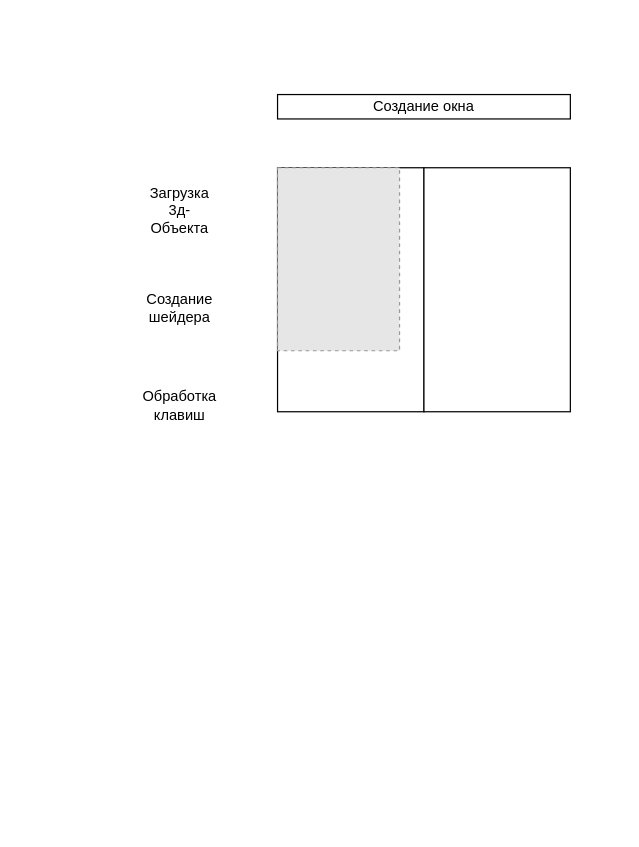
Earlier version of the draw.io diagram План Диплома.drawio (NiKiTjAOFF/Diploma). Source tidied: cells renumbered, new cells numbered last; positions are measured from the earlier drawing's top-left corner, leaving out a move shared by most shapes. Both pictures are drawn from the tidied source at 122%, with x=0, y=0 at pixel (143, 94). Pictures stored in the file or linked from it are replaced by grey dashed boxes.
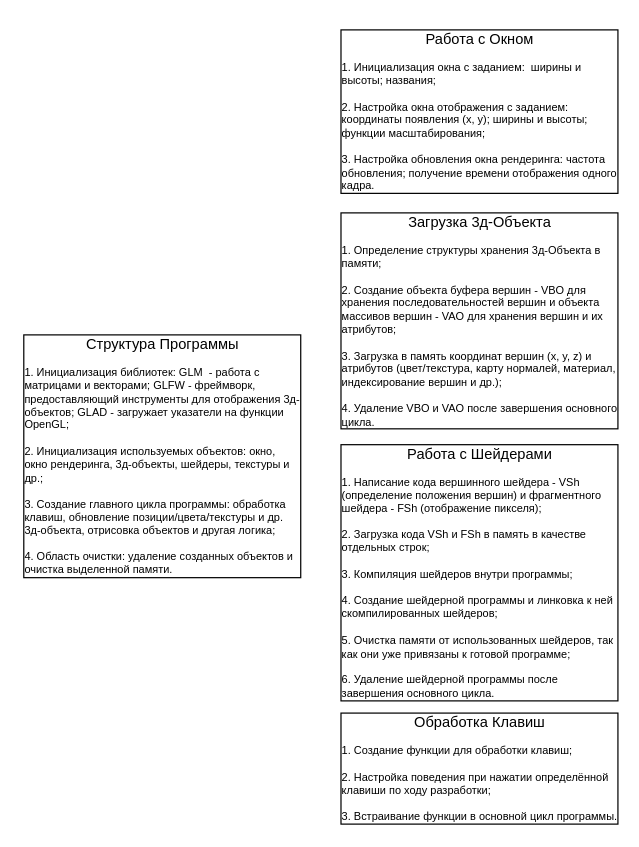
The same page after the edit.

Change to the diagram source:
```diff
@@
 <mxGraphModel>
   <root>
     <mxCell id="0" />
     <mxCell id="1" parent="0" />
-    <mxCell id="2" value="Загрузка 3д-Объекта" style="text;html=1;align=center;verticalAlign=middle;whiteSpace=wrap;rounded=0;" parent="1" vertex="1">
-      <mxGeometry y="80" width="60" height="30" as="geometry" />
-    </mxCell>
-    <mxCell id="3" value="Создание шейдера" style="text;html=1;align=center;verticalAlign=middle;whiteSpace=wrap;rounded=0;" parent="1" vertex="1">
-      <mxGeometry y="160" width="60" height="30" as="geometry" />
-    </mxCell>
-    <mxCell id="4" value="Обработка клавиш" style="text;html=1;align=center;verticalAlign=middle;whiteSpace=wrap;rounded=0;" parent="1" vertex="1">
-      <mxGeometry y="240" width="60" height="30" as="geometry" />
-    </mxCell>
-    <mxCell id="5" style="rounded=0;whiteSpace=wrap;html=1;" parent="1" vertex="1">
-      <mxGeometry x="110" y="60" width="120" height="200" as="geometry" />
-    </mxCell>
-    <mxCell id="6" style="rounded=0;whiteSpace=wrap;html=1;" parent="1" vertex="1">
-      <mxGeometry x="110" width="240" height="20" as="geometry" />
-    </mxCell>
-    <mxCell id="7" style="rounded=0;whiteSpace=wrap;html=1;" parent="1" vertex="1">
-      <mxGeometry x="230" y="60" width="120" height="200" as="geometry" />
-    </mxCell>
-    <mxCell id="8" value="Создание окна" style="text;html=1;align=center;verticalAlign=middle;whiteSpace=wrap;rounded=0;" parent="1" vertex="1">
-      <mxGeometry x="110" width="240" height="20" as="geometry" />
-    </mxCell>
-    <mxCell id="9" style="fillColor=#E6E6E6;strokeColor=#999999;dashed=1;verticalLabelPosition=bottom;labelBackgroundColor=default;verticalAlign=top;" parent="1" vertex="1">
-      <mxGeometry x="110" y="60" width="100" height="150" as="geometry" />
-    </mxCell>
+    <mxCell id="10" value="&lt;div style=&quot;text-align: center;&quot;&gt;&lt;font style=&quot;font-size: 12px;&quot;&gt;Работа с Окном&lt;/font&gt;&lt;/div&gt;&lt;div&gt;&lt;br&gt;&lt;/div&gt;1. Инициализация окна с заданием:&amp;nbsp; ширины и высоты; названия;&lt;br&gt;&lt;div&gt;&lt;br&gt;&lt;/div&gt;&lt;div&gt;2. Настройка окна отображения с заданием: координаты появления (x, y); ширины и высоты; функции масштабирования;&lt;/div&gt;&lt;div&gt;&lt;br&gt;&lt;/div&gt;&lt;div&gt;3. Настройка обновления окна рендеринга: частота обновления; получение времени отображения одного кадра.&lt;/div&gt;" style="text;html=1;align=left;verticalAlign=top;rounded=0;fontSize=9;labelPosition=center;verticalLabelPosition=middle;spacingBottom=0;labelBorderColor=default;whiteSpace=wrap;textShadow=0;labelBackgroundColor=default;" parent="1" vertex="1">
+      <mxGeometry x="160" y="-60" width="230" height="150" as="geometry" />
+    </mxCell>
+    <mxCell id="11" value="&lt;div style=&quot;text-align: center;&quot;&gt;&lt;span style=&quot;font-size: 12px;&quot;&gt;Загрузка 3д-Объекта&lt;/span&gt;&lt;/div&gt;&lt;div&gt;&lt;br&gt;&lt;/div&gt;1. Определение структуры хранения 3д-Объекта в памяти;&lt;div&gt;&lt;br&gt;&lt;/div&gt;&lt;div&gt;2. Создание объекта буфера вершин - VBO для хранения последовательностей вершин и объекта массивов вершин - VAO для хранения вершин и их атрибутов;&lt;br&gt;&lt;div&gt;&lt;br&gt;&lt;/div&gt;&lt;div&gt;3. Загрузка в память координат вершин (x, y, z) и атрибутов (цвет/текстура, карту нормалей, материал, индексирование вершин и др.);&lt;/div&gt;&lt;/div&gt;&lt;div&gt;&lt;br&gt;&lt;/div&gt;&lt;div&gt;4. Удаление VBO и VAO после завершения основного цикла.&lt;/div&gt;" style="text;html=1;align=left;verticalAlign=top;rounded=0;fontSize=9;labelPosition=center;verticalLabelPosition=middle;spacingBottom=0;labelBorderColor=default;whiteSpace=wrap;textShadow=0;labelBackgroundColor=default;" parent="1" vertex="1">
+      <mxGeometry x="160" y="90" width="230" height="190" as="geometry" />
+    </mxCell>
+    <mxCell id="12" value="&lt;div style=&quot;text-align: center;&quot;&gt;&lt;span style=&quot;font-size: 12px;&quot;&gt;Работа с Шейдерами&lt;/span&gt;&lt;/div&gt;&lt;div&gt;&lt;br&gt;&lt;/div&gt;1. Написание кода вершинного шейдера - VSh (определение положения вершин) и фрагментного шейдера - FSh (отображение пикселя);&lt;div&gt;&lt;br&gt;&lt;/div&gt;&lt;div&gt;2. Загрузка кода VSh и FSh в память в качестве отдельных строк;&lt;/div&gt;&lt;div&gt;&lt;br&gt;&lt;/div&gt;&lt;div&gt;3. Компиляция шейдеров внутри программы;&lt;/div&gt;&lt;div&gt;&lt;br&gt;&lt;/div&gt;&lt;div&gt;4. Создание шейдерной программы и линковка к ней скомпилированных шейдеров;&lt;/div&gt;&lt;div&gt;&lt;br&gt;&lt;/div&gt;&lt;div&gt;5. Очистка памяти от использованных шейдеров, так как они уже привязаны к готовой программе;&lt;/div&gt;&lt;div&gt;&lt;br&gt;&lt;/div&gt;&lt;div&gt;6. Удаление шейдерной программы после завершения основного цикла.&lt;/div&gt;" style="text;html=1;align=left;verticalAlign=top;rounded=0;fontSize=9;labelPosition=center;verticalLabelPosition=middle;spacingBottom=0;labelBorderColor=default;whiteSpace=wrap;textShadow=0;labelBackgroundColor=default;" parent="1" vertex="1">
+      <mxGeometry x="160" y="280" width="230" height="220" as="geometry" />
+    </mxCell>
+    <mxCell id="13" value="&lt;div style=&quot;text-align: center;&quot;&gt;&lt;span style=&quot;font-size: 12px;&quot;&gt;Обработка Клавиш&lt;/span&gt;&lt;/div&gt;&lt;div&gt;&lt;br&gt;&lt;/div&gt;1. Создание функции для обработки клавиш;&lt;div&gt;&lt;br&gt;&lt;/div&gt;&lt;div&gt;2. Настройка поведения при нажатии определённой клавиши по ходу разработки;&lt;/div&gt;&lt;div&gt;&lt;br&gt;&lt;/div&gt;&lt;div&gt;3. Встраивание функции в основной цикл программы.&lt;/div&gt;" style="text;html=1;align=left;verticalAlign=top;rounded=0;fontSize=9;labelPosition=center;verticalLabelPosition=middle;spacingBottom=0;labelBorderColor=default;whiteSpace=wrap;textShadow=0;labelBackgroundColor=default;" parent="1" vertex="1">
+      <mxGeometry x="160" y="500" width="230" height="100" as="geometry" />
+    </mxCell>
+    <mxCell id="14" value="&lt;div style=&quot;text-align: center;&quot;&gt;&lt;span style=&quot;font-size: 12px;&quot;&gt;Структура Программы&lt;/span&gt;&lt;/div&gt;&lt;div&gt;&lt;br&gt;&lt;/div&gt;1. Инициализация библиотек: GLM&amp;nbsp; - работа с матрицами и векторами; GLFW - фреймворк, предоставляющий инструменты для отображения 3д-объектов; GLAD - загружает указатели на функции OpenGL;&lt;br&gt;&lt;div&gt;&lt;br&gt;&lt;/div&gt;&lt;div&gt;2. Инициализация используемых объектов: окно, окно рендеринга, 3д-объекты, шейдеры, текстуры и др.;&lt;/div&gt;&lt;div&gt;&lt;br&gt;&lt;/div&gt;&lt;div&gt;3. Создание главного цикла программы: обработка клавиш, обновление позиции/цвета/текстуры и др. 3д-объекта, отрисовка объектов и другая логика;&lt;/div&gt;&lt;div&gt;&lt;br&gt;&lt;/div&gt;&lt;div&gt;4. Область очистки: удаление созданных объектов и очистка выделенной памяти.&lt;/div&gt;" style="text;html=1;align=left;verticalAlign=top;rounded=0;fontSize=9;labelPosition=center;verticalLabelPosition=middle;spacingBottom=0;labelBorderColor=default;whiteSpace=wrap;textShadow=0;labelBackgroundColor=default;" parent="1" vertex="1">
+      <mxGeometry x="-100" y="190" width="230" height="210" as="geometry" />
+    </mxCell>
   </root>
 </mxGraphModel>
```
